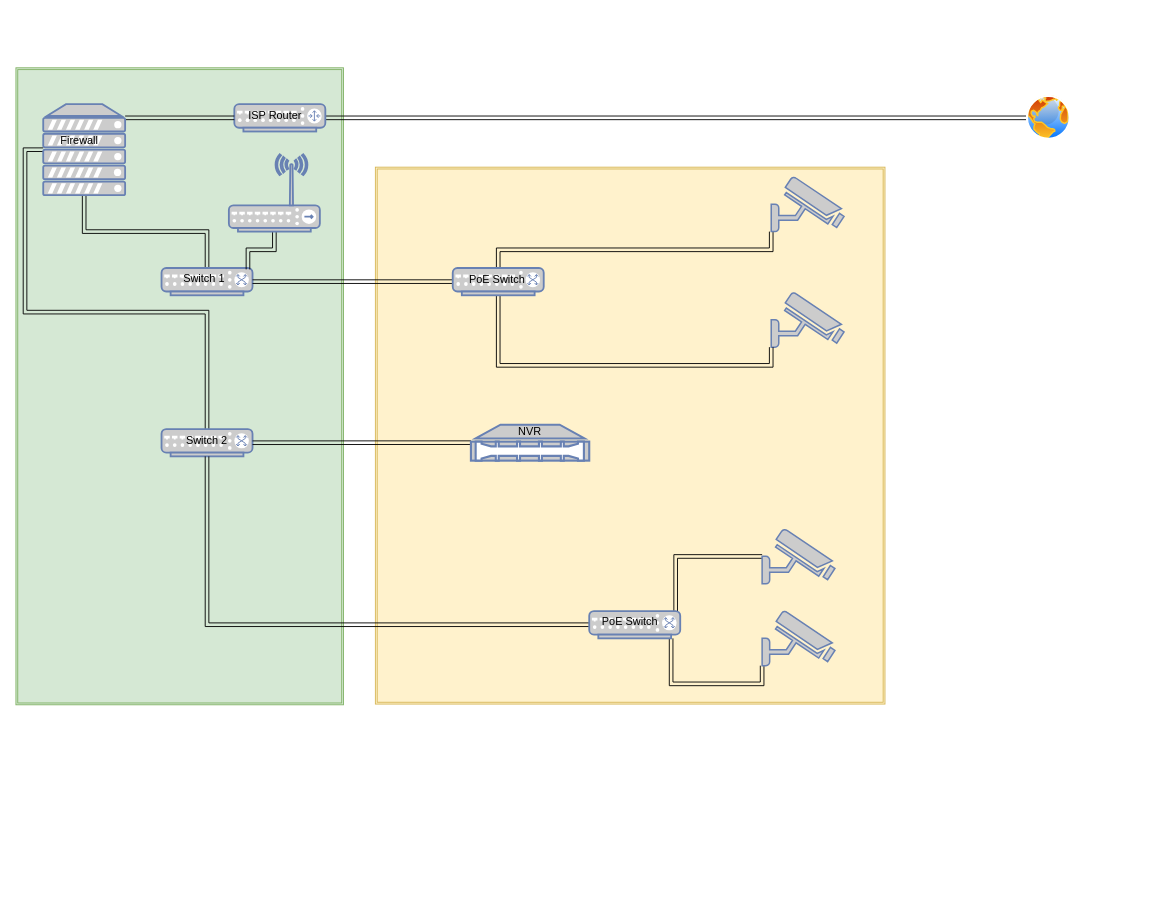
Before: diagram.drawio in dherbolt/home-network, a draw.io diagram. Source tidied: cells renumbered, new cells numbered last; positions are measured from the earlier drawing's top-left corner, leaving out a move shared by most shapes. Both pictures are drawn from the tidied source at 91%, with x=0, y=0 at pixel (15, 67).
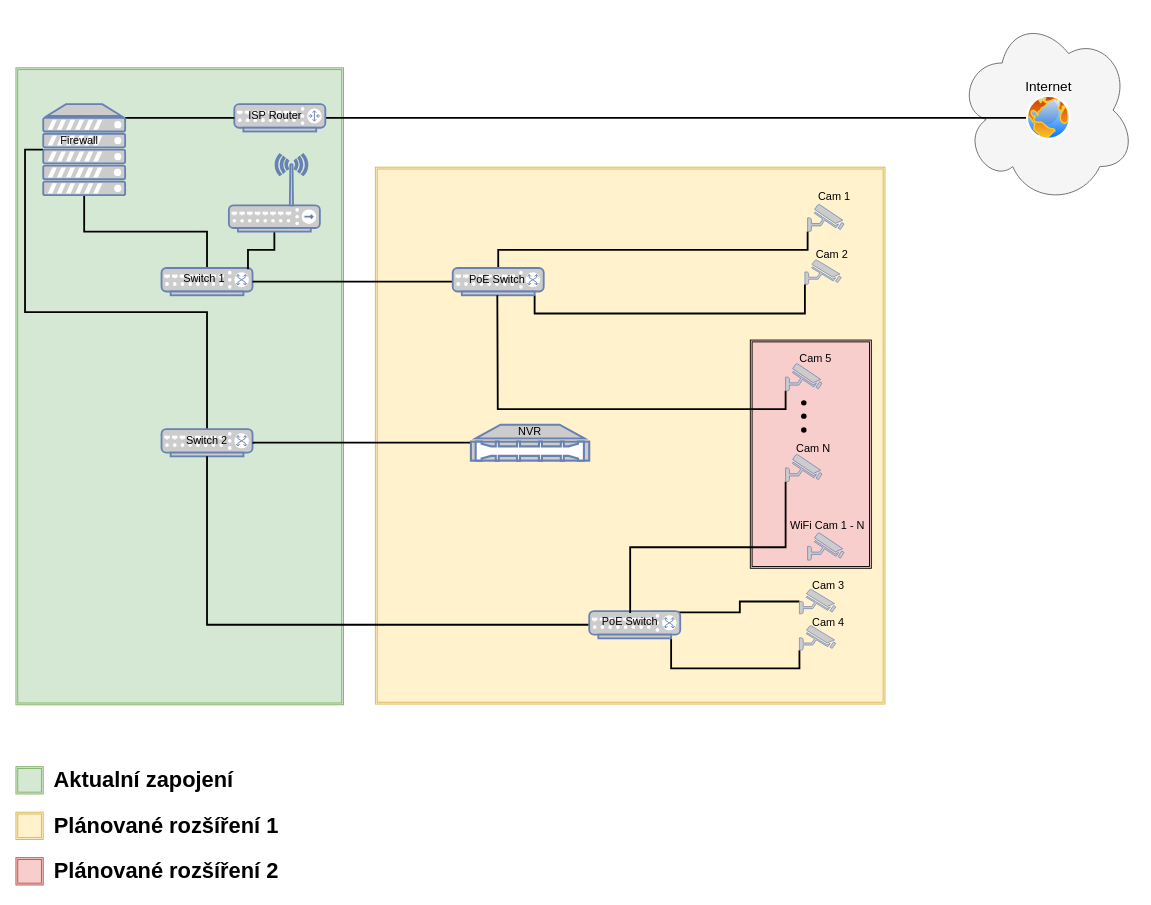
The same diagram, later.

The change refers to these unchanged cells:
```xml
<mxCell id="4" style="perimeter=ellipsePerimeter;html=1;align=center;shadow=0;dashed=0;spacingTop=3;image;image=img/lib/active_directory/internet_globe.svg;" parent="1" vertex="1">
  <mxGeometry x="1110" y="30" width="50" height="50" as="geometry" />
</mxCell>
<mxCell id="6" style="fontColor=#0066CC;verticalAlign=top;verticalLabelPosition=bottom;labelPosition=center;align=center;html=1;outlineConnect=0;fillColor=#CCCCCC;strokeColor=#6881B3;gradientColor=none;gradientDirection=north;strokeWidth=2;shape=mxgraph.networks.router;" parent="1" vertex="1">
  <mxGeometry x="240" y="40" width="100" height="30" as="geometry" />
</mxCell>
<mxCell id="9" style="fontColor=#0066CC;verticalAlign=top;verticalLabelPosition=bottom;labelPosition=center;align=center;html=1;outlineConnect=0;fillColor=#CCCCCC;strokeColor=#6881B3;gradientColor=none;gradientDirection=north;strokeWidth=2;shape=mxgraph.networks.switch;" parent="1" vertex="1">
  <mxGeometry x="160" y="220" width="100" height="30" as="geometry" />
</mxCell>
<mxCell id="10" style="fontColor=#0066CC;verticalAlign=top;verticalLabelPosition=bottom;labelPosition=center;align=center;html=1;outlineConnect=0;fillColor=#CCCCCC;strokeColor=#6881B3;gradientColor=none;gradientDirection=north;strokeWidth=2;shape=mxgraph.networks.switch;" parent="1" vertex="1">
  <mxGeometry x="160" y="397" width="100" height="30" as="geometry" />
</mxCell>
<mxCell id="14" style="fontColor=#0066CC;verticalAlign=top;verticalLabelPosition=bottom;labelPosition=center;align=center;html=1;outlineConnect=0;fillColor=#CCCCCC;strokeColor=#6881B3;gradientColor=none;gradientDirection=north;strokeWidth=2;shape=mxgraph.networks.nas_filer;" parent="1" vertex="1">
  <mxGeometry x="500" y="392.2" width="130" height="39.5" as="geometry" />
</mxCell>
<mxCell id="21" style="fontColor=#0066CC;verticalAlign=top;verticalLabelPosition=bottom;labelPosition=center;align=center;html=1;outlineConnect=0;fillColor=#CCCCCC;strokeColor=#6881B3;gradientColor=none;gradientDirection=north;strokeWidth=2;shape=mxgraph.networks.server;" parent="1" vertex="1">
  <mxGeometry x="30" y="40" width="90" height="100" as="geometry" />
</mxCell>
<mxCell id="24" style="fontColor=#0066CC;verticalAlign=top;verticalLabelPosition=bottom;labelPosition=center;align=center;html=1;outlineConnect=0;fillColor=#CCCCCC;strokeColor=#6881B3;gradientColor=none;gradientDirection=north;strokeWidth=2;shape=mxgraph.networks.switch;" parent="1" vertex="1">
  <mxGeometry x="480" y="220" width="100" height="30" as="geometry" />
</mxCell>
<mxCell id="26" style="fontColor=#0066CC;verticalAlign=top;verticalLabelPosition=bottom;labelPosition=center;align=center;html=1;outlineConnect=0;fillColor=#CCCCCC;strokeColor=#6881B3;gradientColor=none;gradientDirection=north;strokeWidth=2;shape=mxgraph.networks.switch;" parent="1" vertex="1">
  <mxGeometry x="630" y="597" width="100" height="30" as="geometry" />
</mxCell>
<mxCell id="31" value="PoE Switch" style="text;html=1;strokeColor=none;fillColor=none;align=center;verticalAlign=middle;whiteSpace=wrap;rounded=0;" parent="1" vertex="1">
  <mxGeometry x="640" y="599" width="70" height="20" as="geometry" />
</mxCell>
<mxCell id="35" style="fontColor=#0066CC;verticalAlign=top;verticalLabelPosition=bottom;labelPosition=center;align=center;html=1;outlineConnect=0;fillColor=#CCCCCC;strokeColor=#6881B3;gradientColor=none;gradientDirection=north;strokeWidth=2;shape=mxgraph.networks.wireless_hub;" parent="1" vertex="1">
  <mxGeometry x="234" y="95" width="100" height="85" as="geometry" />
</mxCell>
```

Diff of the diagram source:
```diff
@@
+    <mxCell id="36" style="ellipse;shape=cloud;whiteSpace=wrap;html=1;fontSize=15;fillColor=#f5f5f5;strokeColor=#666666;fontColor=#333333;" parent="1" vertex="1">
+      <mxGeometry x="1035" y="-57" width="195" height="207" as="geometry" />
+    </mxCell>
@@
-    <mxCell id="5" style="edgeStyle=orthogonalEdgeStyle;shape=link;rounded=0;jettySize=auto;html=1;exitX=1;exitY=0.5;exitDx=0;exitDy=0;exitPerimeter=0;entryX=0;entryY=0.5;entryDx=0;entryDy=0;" parent="1" edge="1" source="6" target="4">
+    <mxCell id="5" style="edgeStyle=orthogonalEdgeStyle;rounded=0;jettySize=auto;html=1;exitX=1;exitY=0.5;exitDx=0;exitDy=0;exitPerimeter=0;entryX=0;entryY=0.5;entryDx=0;entryDy=0;endArrow=none;endFill=0;strokeWidth=2;" parent="1" edge="1" source="6" target="4">
       <mxGeometry relative="1" as="geometry" />
     </mxCell>
@@
-    <mxCell id="7" style="edgeStyle=orthogonalEdgeStyle;shape=link;rounded=0;jettySize=auto;html=1;exitX=0;exitY=0.5;exitDx=0;exitDy=0;exitPerimeter=0;entryX=0.5;entryY=0;entryDx=0;entryDy=0;entryPerimeter=0;" parent="1" edge="1" source="21" target="10">
+    <mxCell id="7" style="edgeStyle=orthogonalEdgeStyle;rounded=0;jettySize=auto;html=1;exitX=0;exitY=0.5;exitDx=0;exitDy=0;exitPerimeter=0;entryX=0.5;entryY=0;entryDx=0;entryDy=0;entryPerimeter=0;endArrow=none;endFill=0;strokeWidth=2;" parent="1" edge="1" source="21" target="10">
       <mxGeometry relative="1" as="geometry" />
     </mxCell>
-    <mxCell id="8" style="edgeStyle=orthogonalEdgeStyle;shape=link;rounded=0;jettySize=auto;html=1;exitX=0.5;exitY=0;exitDx=0;exitDy=0;exitPerimeter=0;" parent="1" edge="1" source="9" target="21">
+    <mxCell id="8" style="edgeStyle=orthogonalEdgeStyle;rounded=0;jettySize=auto;html=1;exitX=0.5;exitY=0;exitDx=0;exitDy=0;exitPerimeter=0;endArrow=none;endFill=0;strokeWidth=2;" parent="1" edge="1" source="9" target="21">
       <mxGeometry relative="1" as="geometry" />
     </mxCell>
@@
-    <mxCell id="11" style="edgeStyle=orthogonalEdgeStyle;shape=link;rounded=0;jettySize=auto;html=1;exitX=0;exitY=0.5;exitDx=0;exitDy=0;exitPerimeter=0;entryX=0.95;entryY=0.05;entryDx=0;entryDy=0;entryPerimeter=0;" parent="1" edge="1" source="12" target="26">
+    <mxCell id="11" style="edgeStyle=orthogonalEdgeStyle;rounded=0;jettySize=auto;html=1;exitX=0;exitY=0.5;exitDx=0;exitDy=0;exitPerimeter=0;entryX=0.95;entryY=0.05;entryDx=0;entryDy=0;entryPerimeter=0;endArrow=none;endFill=0;strokeWidth=2;" parent="1" edge="1" source="12" target="26">
       <mxGeometry relative="1" as="geometry" />
     </mxCell>
     <mxCell id="12" style="fontColor=#0066CC;verticalAlign=top;verticalLabelPosition=bottom;labelPosition=center;align=center;html=1;outlineConnect=0;fillColor=#CCCCCC;strokeColor=#6881B3;gradientColor=none;gradientDirection=north;strokeWidth=2;shape=mxgraph.networks.security_camera;" parent="1" vertex="1">
-      <mxGeometry x="820" y="507" width="80" height="60" as="geometry" />
+      <mxGeometry x="861" y="573" width="40" height="27" as="geometry" />
     </mxCell>
-    <mxCell id="13" style="edgeStyle=orthogonalEdgeStyle;shape=link;rounded=0;jettySize=auto;html=1;exitX=0;exitY=0.5;exitDx=0;exitDy=0;exitPerimeter=0;entryX=1;entryY=0.5;entryDx=0;entryDy=0;entryPerimeter=0;" parent="1" edge="1" source="14" target="10">
+    <mxCell id="13" style="edgeStyle=orthogonalEdgeStyle;rounded=0;jettySize=auto;html=1;exitX=0;exitY=0.5;exitDx=0;exitDy=0;exitPerimeter=0;entryX=1;entryY=0.5;entryDx=0;entryDy=0;entryPerimeter=0;endArrow=none;endFill=0;strokeWidth=2;" parent="1" edge="1" source="14" target="10">
       <mxGeometry relative="1" as="geometry" />
     </mxCell>
@@
-    <mxCell id="15" style="edgeStyle=orthogonalEdgeStyle;shape=link;rounded=0;jettySize=auto;html=1;exitX=0;exitY=1;exitDx=0;exitDy=0;exitPerimeter=0;entryX=0.9;entryY=1;entryDx=0;entryDy=0;entryPerimeter=0;" parent="1" edge="1" source="16" target="26">
+    <mxCell id="15" style="edgeStyle=orthogonalEdgeStyle;rounded=0;jettySize=auto;html=1;exitX=0;exitY=1;exitDx=0;exitDy=0;exitPerimeter=0;entryX=0.9;entryY=1;entryDx=0;entryDy=0;entryPerimeter=0;endArrow=none;endFill=0;strokeWidth=2;" parent="1" edge="1" source="16" target="26">
       <mxGeometry relative="1" as="geometry" />
     </mxCell>
     <mxCell id="16" style="fontColor=#0066CC;verticalAlign=top;verticalLabelPosition=bottom;labelPosition=center;align=center;html=1;outlineConnect=0;fillColor=#CCCCCC;strokeColor=#6881B3;gradientColor=none;gradientDirection=north;strokeWidth=2;shape=mxgraph.networks.security_camera;" parent="1" vertex="1">
-      <mxGeometry x="820" y="597" width="80" height="60" as="geometry" />
+      <mxGeometry x="861" y="613" width="40" height="27" as="geometry" />
     </mxCell>
     <mxCell id="17" style="fontColor=#0066CC;verticalAlign=top;verticalLabelPosition=bottom;labelPosition=center;align=center;html=1;outlineConnect=0;fillColor=#CCCCCC;strokeColor=#6881B3;gradientColor=none;gradientDirection=north;strokeWidth=2;shape=mxgraph.networks.security_camera;" parent="1" vertex="1">
-      <mxGeometry x="830" y="247" width="80" height="60" as="geometry" />
+      <mxGeometry x="867" y="211" width="40" height="27" as="geometry" />
     </mxCell>
-    <mxCell id="18" style="edgeStyle=orthogonalEdgeStyle;shape=link;rounded=0;jettySize=auto;html=1;exitX=0;exitY=1;exitDx=0;exitDy=0;exitPerimeter=0;entryX=0.5;entryY=0;entryDx=0;entryDy=0;entryPerimeter=0;" parent="1" edge="1" source="19" target="24">
+    <mxCell id="18" style="edgeStyle=orthogonalEdgeStyle;rounded=0;jettySize=auto;html=1;exitX=0;exitY=1;exitDx=0;exitDy=0;exitPerimeter=0;entryX=0.5;entryY=0;entryDx=0;entryDy=0;entryPerimeter=0;endArrow=none;endFill=0;strokeWidth=2;" parent="1" edge="1" source="19" target="24">
       <mxGeometry relative="1" as="geometry" />
     </mxCell>
     <mxCell id="19" style="fontColor=#0066CC;verticalAlign=top;verticalLabelPosition=bottom;labelPosition=center;align=center;html=1;outlineConnect=0;fillColor=#CCCCCC;strokeColor=#6881B3;gradientColor=none;gradientDirection=north;strokeWidth=2;shape=mxgraph.networks.security_camera;" parent="1" vertex="1">
-      <mxGeometry x="830" y="120" width="80" height="60" as="geometry" />
+      <mxGeometry x="870" y="150" width="40" height="30" as="geometry" />
     </mxCell>
-    <mxCell id="20" style="edgeStyle=orthogonalEdgeStyle;shape=link;rounded=0;jettySize=auto;html=1;exitX=1;exitY=0.15;exitDx=0;exitDy=0;exitPerimeter=0;entryX=0;entryY=0.5;entryDx=0;entryDy=0;entryPerimeter=0;" parent="1" edge="1" source="21" target="6">
+    <mxCell id="20" style="edgeStyle=orthogonalEdgeStyle;rounded=0;jettySize=auto;html=1;exitX=1;exitY=0.15;exitDx=0;exitDy=0;exitPerimeter=0;entryX=0;entryY=0.5;entryDx=0;entryDy=0;entryPerimeter=0;endArrow=none;endFill=0;strokeWidth=2;" parent="1" edge="1" source="21" target="6">
       <mxGeometry relative="1" as="geometry" />
     </mxCell>
@@
-    <mxCell id="22" style="edgeStyle=orthogonalEdgeStyle;shape=link;rounded=0;jettySize=auto;html=1;exitX=0;exitY=0.5;exitDx=0;exitDy=0;exitPerimeter=0;entryX=1;entryY=0.5;entryDx=0;entryDy=0;entryPerimeter=0;" parent="1" edge="1" source="24" target="9">
+    <mxCell id="22" style="edgeStyle=orthogonalEdgeStyle;rounded=0;jettySize=auto;html=1;exitX=0;exitY=0.5;exitDx=0;exitDy=0;exitPerimeter=0;entryX=1;entryY=0.5;entryDx=0;entryDy=0;entryPerimeter=0;endArrow=none;endFill=0;strokeWidth=2;" parent="1" edge="1" source="24" target="9">
       <mxGeometry relative="1" as="geometry" />
     </mxCell>
-    <mxCell id="23" style="edgeStyle=orthogonalEdgeStyle;shape=link;rounded=0;jettySize=auto;html=1;exitX=0.5;exitY=1;exitDx=0;exitDy=0;exitPerimeter=0;entryX=0;entryY=1;entryDx=0;entryDy=0;entryPerimeter=0;" parent="1" edge="1" source="24" target="17">
+    <mxCell id="23" style="edgeStyle=orthogonalEdgeStyle;rounded=0;jettySize=auto;html=1;exitX=0.9;exitY=1;exitDx=0;exitDy=0;exitPerimeter=0;entryX=0;entryY=1;entryDx=0;entryDy=0;entryPerimeter=0;endArrow=none;endFill=0;strokeWidth=2;" parent="1" edge="1" source="24" target="17">
       <mxGeometry relative="1" as="geometry" />
     </mxCell>
@@
-    <mxCell id="25" style="edgeStyle=orthogonalEdgeStyle;shape=link;rounded=0;jettySize=auto;html=1;exitX=0;exitY=0.5;exitDx=0;exitDy=0;exitPerimeter=0;entryX=0.5;entryY=1;entryDx=0;entryDy=0;entryPerimeter=0;" parent="1" edge="1" source="26" target="10">
+    <mxCell id="25" style="edgeStyle=orthogonalEdgeStyle;rounded=0;jettySize=auto;html=1;exitX=0;exitY=0.5;exitDx=0;exitDy=0;exitPerimeter=0;entryX=0.5;entryY=1;entryDx=0;entryDy=0;entryPerimeter=0;endArrow=none;endFill=0;strokeWidth=2;" parent="1" edge="1" source="26" target="10">
       <mxGeometry relative="1" as="geometry" />
     </mxCell>
@@
-    <mxCell id="34" style="edgeStyle=orthogonalEdgeStyle;shape=link;rounded=0;jettySize=auto;html=1;exitX=0.5;exitY=1;exitDx=0;exitDy=0;exitPerimeter=0;entryX=0.95;entryY=0.05;entryDx=0;entryDy=0;entryPerimeter=0;" parent="1" edge="1" source="35" target="9">
+    <mxCell id="34" style="edgeStyle=orthogonalEdgeStyle;rounded=0;jettySize=auto;html=1;exitX=0.5;exitY=1;exitDx=0;exitDy=0;exitPerimeter=0;entryX=0.95;entryY=0.05;entryDx=0;entryDy=0;entryPerimeter=0;endArrow=none;endFill=0;strokeWidth=2;" parent="1" edge="1" source="35" target="9">
       <mxGeometry relative="1" as="geometry" />
     </mxCell>
@@
+    <mxCell id="37" value="Cam 1" style="text;html=1;strokeColor=none;fillColor=none;align=center;verticalAlign=middle;whiteSpace=wrap;rounded=0;" parent="1" vertex="1">
+      <mxGeometry x="879" y="134" width="41" height="16" as="geometry" />
+    </mxCell>
+    <mxCell id="38" value="Cam 2" style="text;html=1;strokeColor=none;fillColor=none;align=center;verticalAlign=middle;whiteSpace=wrap;rounded=0;" parent="1" vertex="1">
+      <mxGeometry x="877" y="196" width="40" height="20" as="geometry" />
+    </mxCell>
+    <mxCell id="39" value="Cam 3" style="text;html=1;strokeColor=none;fillColor=none;align=center;verticalAlign=middle;whiteSpace=wrap;rounded=0;" parent="1" vertex="1">
+      <mxGeometry x="873" y="559" width="40" height="20" as="geometry" />
+    </mxCell>
+    <mxCell id="40" value="Cam 4" style="text;html=1;strokeColor=none;fillColor=none;align=center;verticalAlign=middle;whiteSpace=wrap;rounded=0;" parent="1" vertex="1">
+      <mxGeometry x="873" y="600" width="40" height="20" as="geometry" />
+    </mxCell>
+    <mxCell id="41" style="shape=ext;double=1;rounded=0;whiteSpace=wrap;html=1;fillColor=#F8CECC;" parent="1" vertex="1">
+      <mxGeometry x="807" y="299.2" width="133" height="250.8" as="geometry" />
+    </mxCell>
+    <mxCell id="42" style="fontColor=#0066CC;verticalAlign=top;verticalLabelPosition=bottom;labelPosition=center;align=center;html=1;fillColor=#CCCCCC;strokeColor=#6881B3;gradientColor=none;gradientDirection=north;strokeWidth=2;shape=mxgraph.networks.security_camera;" parent="1" vertex="1">
+      <mxGeometry x="870" y="511" width="40" height="30" as="geometry" />
+    </mxCell>
+    <mxCell id="43" value="WiFi Cam 1 - N" style="text;html=1;strokeColor=none;fillColor=none;align=center;verticalAlign=middle;whiteSpace=wrap;rounded=0;" parent="1" vertex="1">
+      <mxGeometry x="842" y="490" width="100" height="25.5" as="geometry" />
+    </mxCell>
+    <mxCell id="44" style="edgeStyle=orthogonalEdgeStyle;rounded=0;jettySize=auto;html=1;exitX=0;exitY=1;exitDx=0;exitDy=0;exitPerimeter=0;entryX=0.5;entryY=0;entryDx=0;entryDy=0;endArrow=none;endFill=0;strokeWidth=2;" parent="1" edge="1" source="45" target="31">
+      <mxGeometry relative="1" as="geometry" />
+    </mxCell>
+    <mxCell id="45" style="fontColor=#0066CC;verticalAlign=top;verticalLabelPosition=bottom;labelPosition=center;align=center;html=1;outlineConnect=0;fillColor=#CCCCCC;strokeColor=#6881B3;gradientColor=none;gradientDirection=north;strokeWidth=2;shape=mxgraph.networks.security_camera;" parent="1" vertex="1">
+      <mxGeometry x="845.8" y="424.8" width="40" height="30" as="geometry" />
+    </mxCell>
+    <mxCell id="46" value="Cam N" style="text;html=1;strokeColor=none;fillColor=none;align=center;verticalAlign=middle;whiteSpace=wrap;rounded=0;" parent="1" vertex="1">
+      <mxGeometry x="850" y="409" width="53.4" height="19" as="geometry" />
+    </mxCell>
+    <mxCell id="47" style="edgeStyle=orthogonalEdgeStyle;rounded=0;jettySize=auto;html=1;exitX=0;exitY=1;exitDx=0;exitDy=0;exitPerimeter=0;endArrow=none;endFill=0;strokeWidth=2;" parent="1" edge="1" source="48">
+      <mxGeometry relative="1" as="geometry">
+        <mxPoint x="529" y="250" as="targetPoint" />
+      </mxGeometry>
+    </mxCell>
+    <mxCell id="48" style="fontColor=#0066CC;verticalAlign=top;verticalLabelPosition=bottom;labelPosition=center;align=center;html=1;outlineConnect=0;fillColor=#CCCCCC;strokeColor=#6881B3;gradientColor=none;gradientDirection=north;strokeWidth=2;shape=mxgraph.networks.security_camera;" parent="1" vertex="1">
+      <mxGeometry x="845.8" y="325" width="40" height="30" as="geometry" />
+    </mxCell>
+    <mxCell id="49" value="Cam 5" style="text;html=1;strokeColor=none;fillColor=none;align=center;verticalAlign=middle;whiteSpace=wrap;rounded=0;" parent="1" vertex="1">
+      <mxGeometry x="850.8" y="310" width="56.2" height="20" as="geometry" />
+    </mxCell>
+    <mxCell id="50" style="shape=waypoint;sketch=0;size=6;fillColor=none;perimeter=centerPerimeter;fontSize=20;" parent="1" vertex="1">
+      <mxGeometry x="845.8" y="362.8" width="40" height="40" as="geometry" />
+    </mxCell>
+    <mxCell id="51" style="shape=waypoint;sketch=0;size=6;fillColor=none;perimeter=centerPerimeter;fontSize=20;" parent="1" vertex="1">
+      <mxGeometry x="845.8" y="348.2" width="40" height="40" as="geometry" />
+    </mxCell>
+    <mxCell id="52" style="shape=waypoint;sketch=0;size=6;fillColor=none;perimeter=centerPerimeter;fontSize=20;" parent="1" vertex="1">
+      <mxGeometry x="845.8" y="378" width="40" height="40" as="geometry" />
+    </mxCell>
+    <mxCell id="53" style="shape=ext;double=1;rounded=0;whiteSpace=wrap;html=1;fontSize=20;fillColor=#d5e8d4;strokeColor=#82b366;" parent="1" vertex="1">
+      <mxGeometry y="768" width="30" height="30" as="geometry" />
+    </mxCell>
+    <mxCell id="54" style="shape=ext;double=1;rounded=0;whiteSpace=wrap;html=1;fontSize=20;fillColor=#fff2cc;strokeColor=#d6b656;" parent="1" vertex="1">
+      <mxGeometry y="818" width="30" height="30" as="geometry" />
+    </mxCell>
+    <mxCell id="55" style="shape=ext;double=1;rounded=0;whiteSpace=wrap;html=1;fontSize=20;fillColor=#f8cecc;strokeColor=#b85450;" parent="1" vertex="1">
+      <mxGeometry y="868" width="30" height="30" as="geometry" />
+    </mxCell>
+    <mxCell id="56" value="Aktualní zapojení" style="text;strokeColor=none;fillColor=none;html=1;fontSize=24;fontStyle=1;verticalAlign=middle;align=center;" parent="1" vertex="1">
+      <mxGeometry x="30" y="763" width="220" height="40" as="geometry" />
+    </mxCell>
+    <mxCell id="57" value="Plánované rozšíření 1" style="text;strokeColor=none;fillColor=none;html=1;fontSize=24;fontStyle=1;verticalAlign=middle;align=center;" parent="1" vertex="1">
+      <mxGeometry x="50" y="813" width="230" height="40" as="geometry" />
+    </mxCell>
+    <mxCell id="58" value="Plánované rozšíření 2" style="text;strokeColor=none;fillColor=none;html=1;fontSize=24;fontStyle=1;verticalAlign=middle;align=center;" parent="1" vertex="1">
+      <mxGeometry x="50" y="863" width="230" height="40" as="geometry" />
+    </mxCell>
+    <mxCell id="59" value="Internet" style="text;html=1;strokeColor=none;fillColor=none;align=center;verticalAlign=middle;whiteSpace=wrap;rounded=0;fontSize=15;" parent="1" vertex="1">
+      <mxGeometry x="1115" y="10" width="40" height="20" as="geometry" />
+    </mxCell>
```
